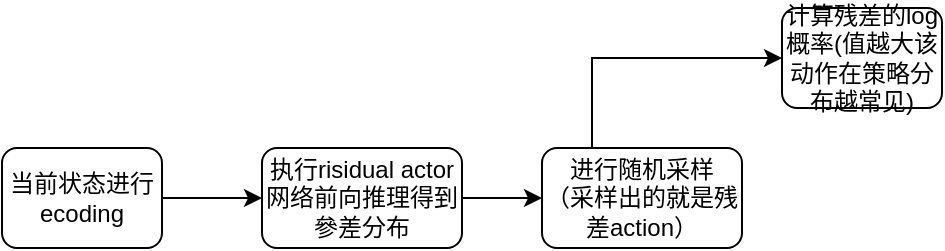
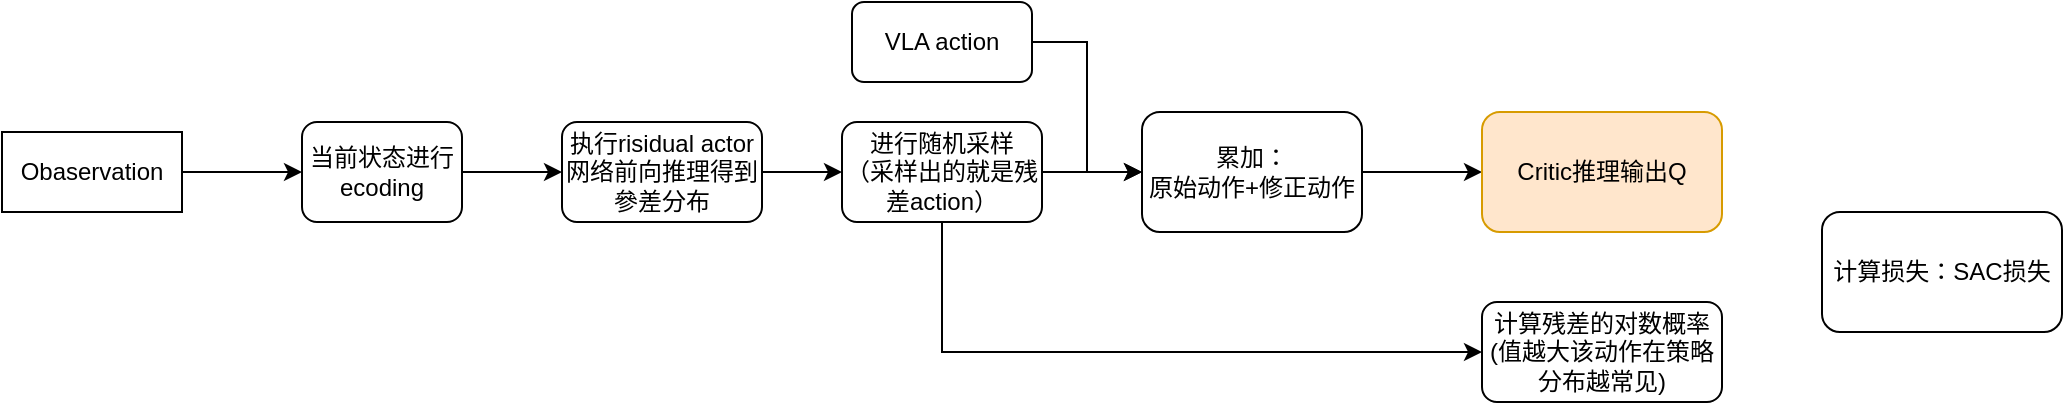
<mxfile host="app.diagrams.net">
  <diagram name="第 1 页" id="Xl2nalXjscSPXPMrPieM">
-     <mxGraphModel dx="273" dy="777" grid="1" gridSize="10" guides="1" tooltips="1" connect="1" arrows="1" fold="1" page="1" pageScale="1" pageWidth="827" pageHeight="1169" math="0" shadow="0">
+     <mxGraphModel dx="1223" dy="1125" grid="1" gridSize="10" guides="1" tooltips="1" connect="1" arrows="1" fold="1" page="1" pageScale="1" pageWidth="827" pageHeight="1169" math="0" shadow="0">
      <root>
        <mxCell id="0" />
        <mxCell id="1" parent="0" />
        <mxCell id="5m5IZYSdE89hOnIhnB_D-3" edge="1" parent="1" source="5m5IZYSdE89hOnIhnB_D-1" style="edgeStyle=orthogonalEdgeStyle;rounded=0;orthogonalLoop=1;jettySize=auto;html=1;" target="5m5IZYSdE89hOnIhnB_D-2" value="">
          <mxGeometry relative="1" as="geometry" />
        </mxCell>
        <mxCell id="5m5IZYSdE89hOnIhnB_D-1" parent="1" style="rounded=1;whiteSpace=wrap;html=1;" value="当前状态进行ecoding" vertex="1">
          <mxGeometry height="50" width="80" x="110" y="300" as="geometry" />
        </mxCell>
        <mxCell id="5m5IZYSdE89hOnIhnB_D-5" edge="1" parent="1" source="5m5IZYSdE89hOnIhnB_D-2" style="edgeStyle=orthogonalEdgeStyle;rounded=0;orthogonalLoop=1;jettySize=auto;html=1;" target="5m5IZYSdE89hOnIhnB_D-4" value="">
          <mxGeometry relative="1" as="geometry" />
        </mxCell>
        <mxCell id="5m5IZYSdE89hOnIhnB_D-2" parent="1" style="rounded=1;whiteSpace=wrap;html=1;" value="执行risidual actor网络前向推理得到參差分布" vertex="1">
          <mxGeometry height="50" width="100" x="240" y="300" as="geometry" />
        </mxCell>
-         <mxCell id="5m5IZYSdE89hOnIhnB_D-7" edge="1" parent="1" source="5m5IZYSdE89hOnIhnB_D-4" style="edgeStyle=orthogonalEdgeStyle;rounded=0;orthogonalLoop=1;jettySize=auto;html=1;exitX=0.25;exitY=0;exitDx=0;exitDy=0;entryX=0;entryY=0.5;entryDx=0;entryDy=0;" target="5m5IZYSdE89hOnIhnB_D-6" value="">
+         <mxCell id="5m5IZYSdE89hOnIhnB_D-7" edge="1" parent="1" source="5m5IZYSdE89hOnIhnB_D-4" style="edgeStyle=orthogonalEdgeStyle;rounded=0;orthogonalLoop=1;jettySize=auto;html=1;exitX=0.5;exitY=1;exitDx=0;exitDy=0;entryX=0;entryY=0.5;entryDx=0;entryDy=0;" target="5m5IZYSdE89hOnIhnB_D-6" value="">
+           <mxGeometry relative="1" as="geometry" />
+         </mxCell>
+         <mxCell id="5m5IZYSdE89hOnIhnB_D-14" edge="1" parent="1" source="5m5IZYSdE89hOnIhnB_D-4" style="edgeStyle=orthogonalEdgeStyle;rounded=0;orthogonalLoop=1;jettySize=auto;html=1;exitX=1;exitY=0.5;exitDx=0;exitDy=0;entryX=0;entryY=0.5;entryDx=0;entryDy=0;" target="5m5IZYSdE89hOnIhnB_D-12">
          <mxGeometry relative="1" as="geometry" />
        </mxCell>
        <mxCell id="5m5IZYSdE89hOnIhnB_D-4" parent="1" style="rounded=1;whiteSpace=wrap;html=1;" value="进行随机采样&lt;br&gt;（采样出的就是残差action）" vertex="1">
          <mxGeometry height="50" width="100" x="380" y="300" as="geometry" />
        </mxCell>
-         <mxCell id="5m5IZYSdE89hOnIhnB_D-6" parent="1" style="rounded=1;whiteSpace=wrap;html=1;" value="计算残差的log&lt;br&gt;概率(值越大该动作在策略分布越常见)" vertex="1">
-           <mxGeometry height="50" width="80" x="500" y="230" as="geometry" />
+         <mxCell id="5m5IZYSdE89hOnIhnB_D-6" parent="1" style="rounded=1;whiteSpace=wrap;html=1;" value="计算残差的对数概率&lt;br&gt;(值越大该动作在策略分布越常见)" vertex="1">
+           <mxGeometry height="50" width="120" x="700" y="390" as="geometry" />
+         </mxCell>
+         <mxCell id="5m5IZYSdE89hOnIhnB_D-9" edge="1" parent="1" source="5m5IZYSdE89hOnIhnB_D-8" style="edgeStyle=orthogonalEdgeStyle;rounded=0;orthogonalLoop=1;jettySize=auto;html=1;exitX=1;exitY=0.5;exitDx=0;exitDy=0;entryX=0;entryY=0.5;entryDx=0;entryDy=0;" target="5m5IZYSdE89hOnIhnB_D-1">
+           <mxGeometry relative="1" as="geometry" />
+         </mxCell>
+         <mxCell id="5m5IZYSdE89hOnIhnB_D-8" parent="1" style="rounded=0;whiteSpace=wrap;html=1;" value="Obaservation" vertex="1">
+           <mxGeometry height="40" width="90" x="-40" y="305" as="geometry" />
+         </mxCell>
+         <mxCell id="5m5IZYSdE89hOnIhnB_D-13" edge="1" parent="1" source="5m5IZYSdE89hOnIhnB_D-10" style="edgeStyle=orthogonalEdgeStyle;rounded=0;orthogonalLoop=1;jettySize=auto;html=1;exitX=1;exitY=0.5;exitDx=0;exitDy=0;entryX=0;entryY=0.5;entryDx=0;entryDy=0;" target="5m5IZYSdE89hOnIhnB_D-12">
+           <mxGeometry relative="1" as="geometry" />
+         </mxCell>
+         <mxCell id="5m5IZYSdE89hOnIhnB_D-10" parent="1" style="rounded=1;whiteSpace=wrap;html=1;" value="VLA action" vertex="1">
+           <mxGeometry height="40" width="90" x="385" y="240" as="geometry" />
+         </mxCell>
+         <mxCell id="5m5IZYSdE89hOnIhnB_D-16" edge="1" parent="1" source="5m5IZYSdE89hOnIhnB_D-12" style="edgeStyle=orthogonalEdgeStyle;rounded=0;orthogonalLoop=1;jettySize=auto;html=1;exitX=1;exitY=0.5;exitDx=0;exitDy=0;entryX=0;entryY=0.5;entryDx=0;entryDy=0;" target="5m5IZYSdE89hOnIhnB_D-15">
+           <mxGeometry relative="1" as="geometry" />
+         </mxCell>
+         <mxCell id="5m5IZYSdE89hOnIhnB_D-12" parent="1" style="rounded=1;whiteSpace=wrap;html=1;" value="累加：&lt;br&gt;原始动作+修正动作" vertex="1">
+           <mxGeometry height="60" width="110" x="530" y="295" as="geometry" />
+         </mxCell>
+         <mxCell id="5m5IZYSdE89hOnIhnB_D-15" parent="1" style="rounded=1;whiteSpace=wrap;html=1;fillColor=#ffe6cc;strokeColor=#d79b00;" value="Critic推理输出Q" vertex="1">
+           <mxGeometry height="60" width="120" x="700" y="295" as="geometry" />
+         </mxCell>
+         <mxCell id="5m5IZYSdE89hOnIhnB_D-17" parent="1" style="rounded=1;whiteSpace=wrap;html=1;" value="计算损失：SAC损失" vertex="1">
+           <mxGeometry height="60" width="120" x="870" y="345" as="geometry" />
        </mxCell>
      </root>
    </mxGraphModel>
  </diagram>
</mxfile>
